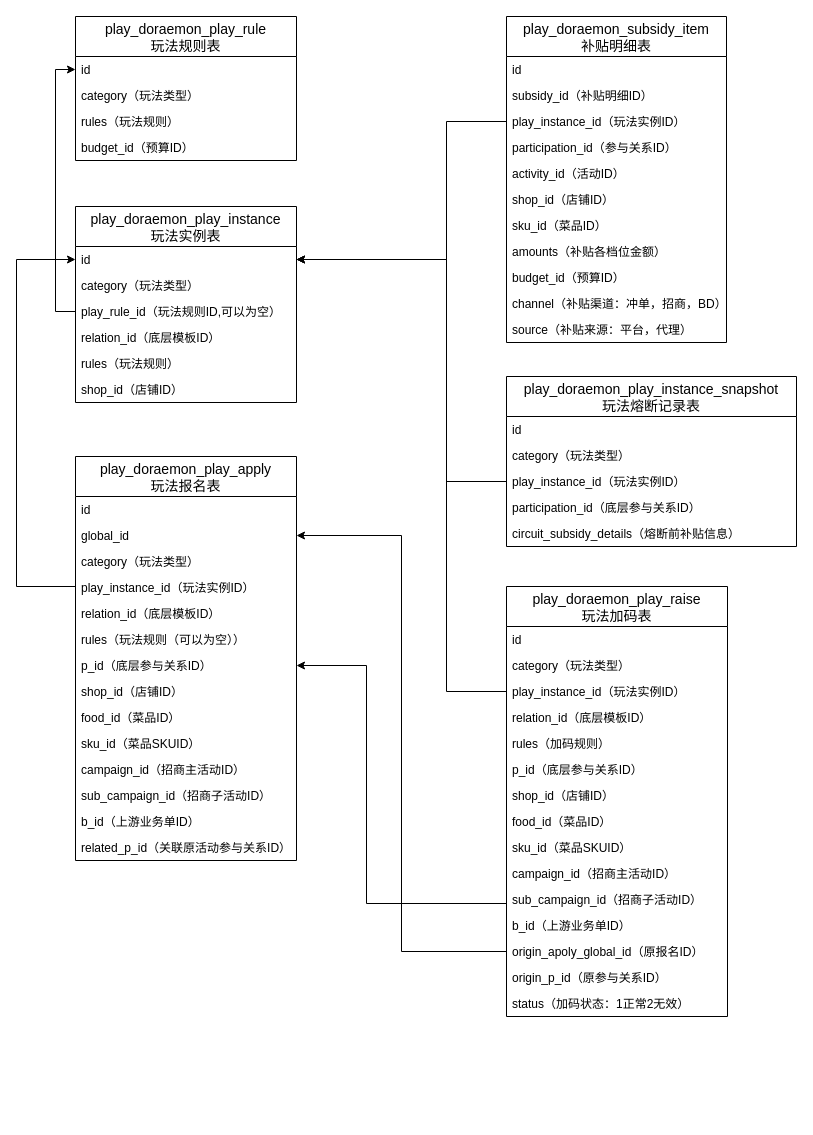
jon-kong/draw.io keeps this draw.io diagram as page "数据模型（现状）" (4 of 4) of 营销玩法系统架构.drawio. Above is the earlier version. Source tidied: cells renumbered, new cells numbered last; positions are measured from the earlier drawing's top-left corner, leaving out a move shared by most shapes. Both pictures are drawn from the tidied source at 100%, with x=0, y=0 at pixel (16, 16).
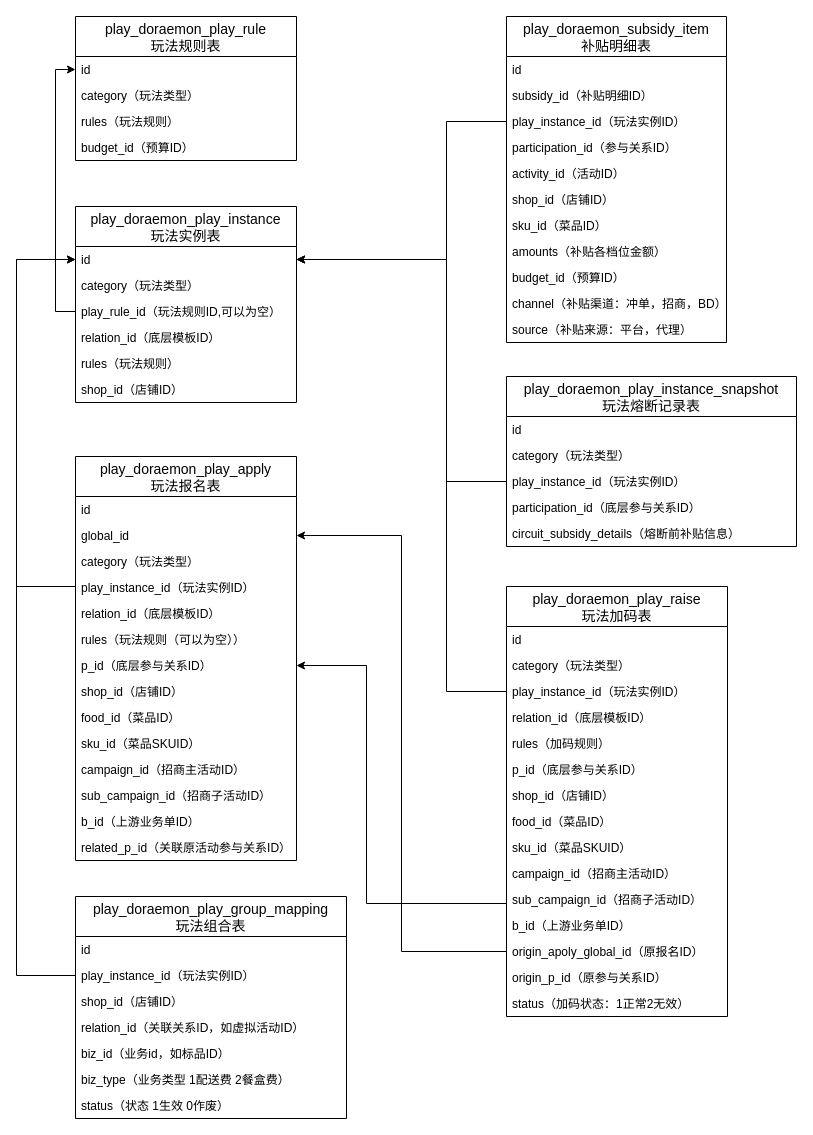
Above is the later version.

Commit message (it also covers changes not shown here):
Update 营销玩法系统架构.drawio

The change refers to these unchanged cells:
```xml
<mxCell id="9" value="id" style="text;strokeColor=none;fillColor=none;spacingLeft=4;spacingRight=4;overflow=hidden;points=[[0,0.5],[1,0.5]];portConstraint=eastwest;fontSize=12;" parent="8" vertex="1">
  <mxGeometry y="40" width="221" height="26" as="geometry" />
</mxCell>
```

Diff of the diagram source:
```diff
@@
+    <mxCell id="70" value="play_doraemon_play_group_mapping&#10;玩法组合表" style="swimlane;fontStyle=0;horizontal=1;startSize=40;align=center;fontSize=14;" parent="1" vertex="1">
+      <mxGeometry x="59" y="880" width="271" height="222" as="geometry" />
+    </mxCell>
+    <mxCell id="71" value="id" style="text;strokeColor=none;fillColor=none;spacingLeft=4;spacingRight=4;overflow=hidden;fontSize=12;" parent="70" vertex="1">
+      <mxGeometry y="40" width="271" height="26" as="geometry" />
+    </mxCell>
+    <mxCell id="72" value="play_instance_id（玩法实例ID）" style="text;strokeColor=none;fillColor=none;spacingLeft=4;spacingRight=4;overflow=hidden;points=[[0,0.5],[1,0.5]];portConstraint=eastwest;fontSize=12;" parent="70" vertex="1">
+      <mxGeometry y="66" width="271" height="26" as="geometry" />
+    </mxCell>
+    <mxCell id="73" value="shop_id（店铺ID）" style="text;strokeColor=none;fillColor=none;spacingLeft=4;spacingRight=4;overflow=hidden;fontSize=12;fontColor=#000000;" parent="70" vertex="1">
+      <mxGeometry y="92" width="271" height="26" as="geometry" />
+    </mxCell>
+    <mxCell id="74" value="relation_id（关联关系ID，如虚拟活动ID）" style="text;strokeColor=none;fillColor=none;spacingLeft=4;spacingRight=4;overflow=hidden;fontSize=12;" parent="70" vertex="1">
+      <mxGeometry y="118" width="271" height="26" as="geometry" />
+    </mxCell>
+    <mxCell id="75" value="biz_id（业务id，如标品ID）" style="text;strokeColor=none;fillColor=none;spacingLeft=4;spacingRight=4;overflow=hidden;fontSize=12;" parent="70" vertex="1">
+      <mxGeometry y="144" width="271" height="26" as="geometry" />
+    </mxCell>
+    <mxCell id="76" value="biz_type（业务类型 1配送费 2餐盒费）" style="text;strokeColor=none;fillColor=none;spacingLeft=4;spacingRight=4;overflow=hidden;fontSize=12;fontColor=#000000;" parent="70" vertex="1">
+      <mxGeometry y="170" width="271" height="26" as="geometry" />
+    </mxCell>
+    <mxCell id="77" value="status（状态 1生效 0作废）" style="text;strokeColor=none;fillColor=none;spacingLeft=4;spacingRight=4;overflow=hidden;fontSize=12;fontColor=#000000;" parent="70" vertex="1">
+      <mxGeometry y="196" width="271" height="26" as="geometry" />
+    </mxCell>
+    <mxCell id="78" style="edgeStyle=orthogonalEdgeStyle;rounded=0;jettySize=auto;html=1;exitX=0;exitY=0.5;exitDx=0;exitDy=0;entryX=0;entryY=0.5;entryDx=0;entryDy=0;fontColor=#000000;" parent="1" edge="1" source="72" target="9">
+      <mxGeometry relative="1" as="geometry">
+        <Array as="points">
+          <mxPoint y="959" />
+          <mxPoint y="243" />
+        </Array>
+      </mxGeometry>
+    </mxCell>
```
